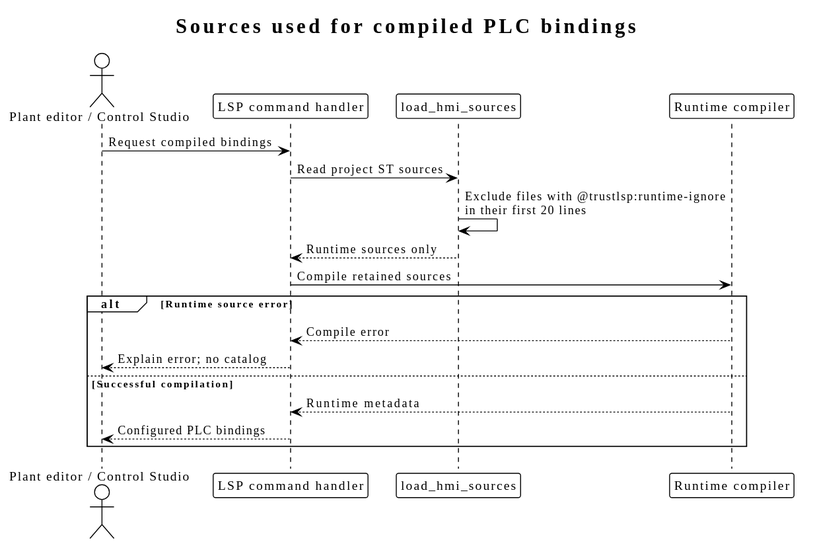
Before: docs/diagrams/generated/compiled-binding-sources.svg, a diagram exported from PlantUML (johannesPettersson80/trust-platform).
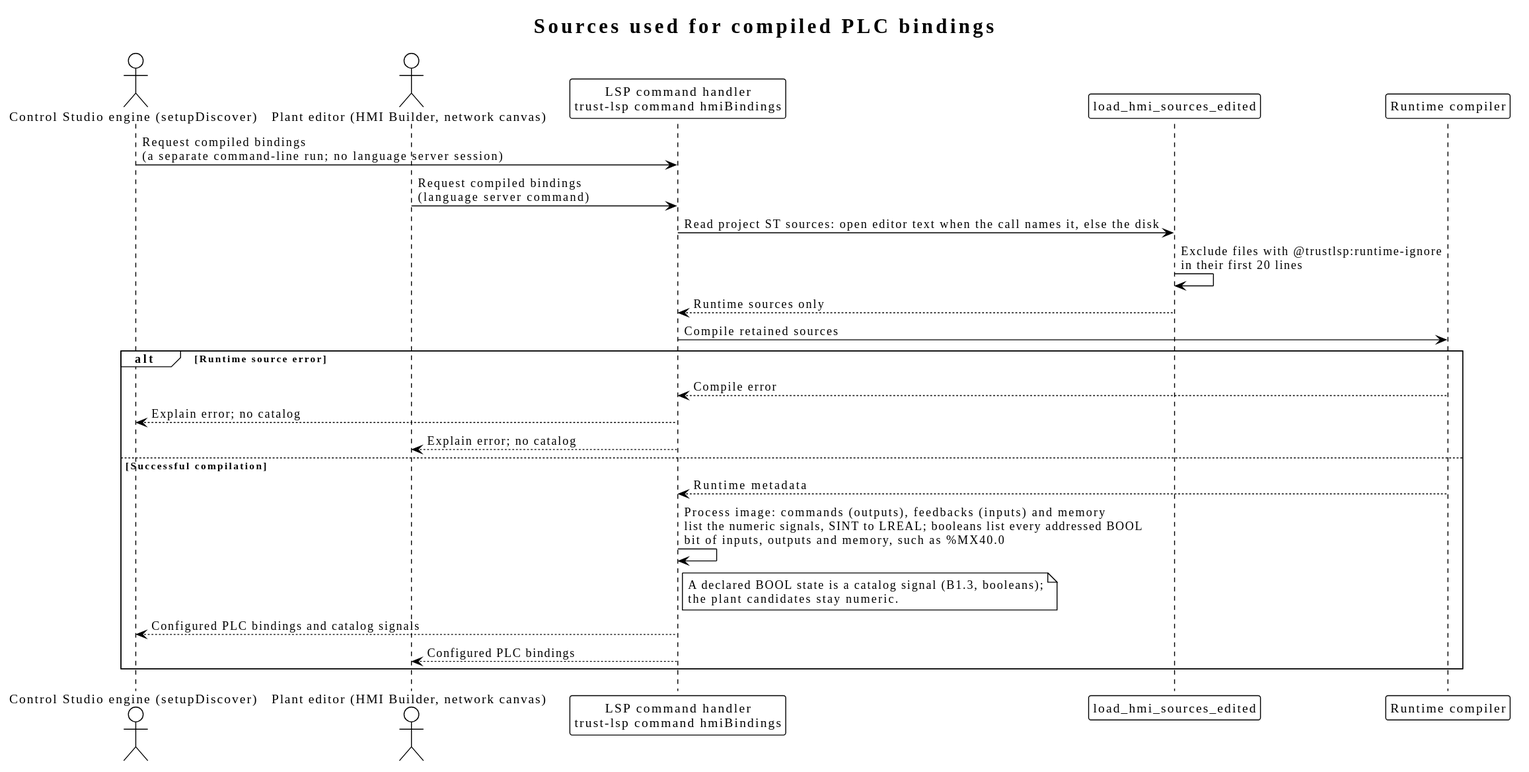
After the commit.

The edit, as a diff of the source:
```diff
@@ -1,20 +1,29 @@
 @startuml
 !theme plain
 title Sources used for compiled PLC bindings
-actor "Plant editor / Control Studio" as ui
-participant "LSP command handler" as command
-participant "load_hmi_sources" as loader
+actor "Control Studio engine (setupDiscover)" as engine
+actor "Plant editor (HMI Builder, network canvas)" as ui
+participant "LSP command handler\ntrust-lsp command hmiBindings" as command
+participant "load_hmi_sources_edited" as loader
 participant "Runtime compiler" as compiler
-ui -> command : Request compiled bindings
-command -> loader : Read project ST sources
+engine -> command : Request compiled bindings\n(a separate command-line run; no language server session)
+ui -> command : Request compiled bindings\n(language server command)
+command -> loader : Read project ST sources: open editor text when the call names it, else the disk
 loader -> loader : Exclude files with @trustlsp:runtime-ignore\nin their first 20 lines
 loader --> command : Runtime sources only
 command -> compiler : Compile retained sources
 alt Runtime source error
-compiler --> command : Compile error
-command --> ui : Explain error; no catalog
+  compiler --> command : Compile error
+  command --> engine : Explain error; no catalog
+  command --> ui : Explain error; no catalog
 else Successful compilation
-compiler --> command : Runtime metadata
-command --> ui : Configured PLC bindings
+  compiler --> command : Runtime metadata
+  command -> command : Process image: commands (outputs), feedbacks (inputs) and memory\nlist the numeric signals, SINT to LREAL; booleans list every addressed BOOL\nbit of inputs, outputs and memory, such as %MX40.0
+  note right of command
+    A declared BOOL state is a catalog signal (B1.3, booleans);
+    the plant candidates stay numeric.
+  end note
+  command --> engine : Configured PLC bindings and catalog signals
+  command --> ui : Configured PLC bindings
 end
 @enduml
```
